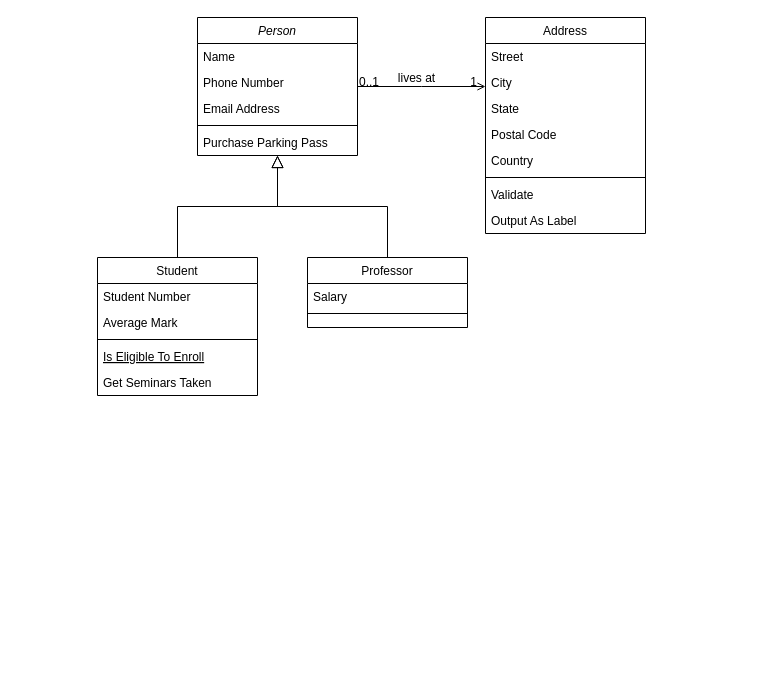
Earlier version of the draw.io diagram OR.drawio (Black-Cloud-2301/diagram). Source tidied: cells renumbered, new cells numbered last; positions are measured from the earlier drawing's top-left corner, leaving out a move shared by most shapes. Both pictures are drawn from the tidied source at 100%, with x=0, y=0 at pixel (97, 17).
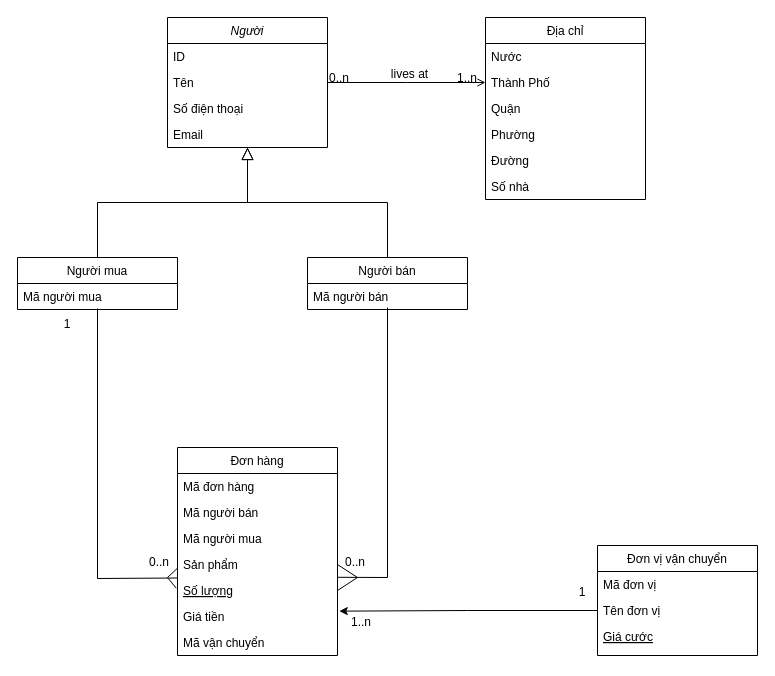
The same diagram, later.

The change refers to these unchanged cells:
```xml
<mxCell id="28" style="endArrow=open;shadow=0;strokeWidth=1;rounded=0;endFill=1;edgeStyle=elbowEdgeStyle;elbow=vertical;" parent="1" edge="1" source="2" target="19">
  <mxGeometry x="0.5" y="41" relative="1" as="geometry">
    <mxPoint x="-40" y="32" as="offset" />
  </mxGeometry>
</mxCell>
```

The edit, as a diff of the source:
```diff
@@
-    <mxCell id="2" value="Person" style="swimlane;fontStyle=2;align=center;verticalAlign=top;horizontal=1;startSize=26;rounded=0;shadow=0;strokeWidth=1;" parent="1" vertex="1">
-      <mxGeometry x="100" width="160" height="138" as="geometry" />
+    <mxCell id="2" value="Người" style="swimlane;fontStyle=2;align=center;verticalAlign=top;horizontal=1;startSize=26;rounded=0;shadow=0;strokeWidth=1;" parent="1" vertex="1">
+      <mxGeometry x="70" width="160" height="130" as="geometry" />
     </mxCell>
-    <mxCell id="3" value="Name" style="text;align=left;verticalAlign=top;spacingLeft=4;spacingRight=4;overflow=hidden;" parent="2" vertex="1">
+    <mxCell id="3" value="ID" style="text;align=left;verticalAlign=top;spacingLeft=4;spacingRight=4;overflow=hidden;" parent="2" vertex="1">
       <mxGeometry y="26" width="160" height="26" as="geometry" />
     </mxCell>
-    <mxCell id="4" value="Phone Number" style="text;align=left;verticalAlign=top;spacingLeft=4;spacingRight=4;overflow=hidden;rounded=0;shadow=0;html=0;" parent="2" vertex="1">
+    <mxCell id="4" value="Tên" style="text;align=left;verticalAlign=top;spacingLeft=4;spacingRight=4;overflow=hidden;rounded=0;shadow=0;html=0;" parent="2" vertex="1">
       <mxGeometry y="52" width="160" height="26" as="geometry" />
     </mxCell>
-    <mxCell id="5" value="Email Address" style="text;align=left;verticalAlign=top;spacingLeft=4;spacingRight=4;overflow=hidden;rounded=0;shadow=0;html=0;" parent="2" vertex="1">
+    <mxCell id="5" value="Số điện thoại" style="text;align=left;verticalAlign=top;spacingLeft=4;spacingRight=4;overflow=hidden;rounded=0;shadow=0;html=0;" parent="2" vertex="1">
       <mxGeometry y="78" width="160" height="26" as="geometry" />
     </mxCell>
-    <mxCell id="6" style="line;html=1;strokeWidth=1;align=left;verticalAlign=middle;spacingTop=-1;spacingLeft=3;spacingRight=3;labelPosition=right;" parent="2" vertex="1">
-      <mxGeometry y="104" width="160" height="8" as="geometry" />
-    </mxCell>
-    <mxCell id="7" value="Purchase Parking Pass" style="text;align=left;verticalAlign=top;spacingLeft=4;spacingRight=4;overflow=hidden;" parent="2" vertex="1">
-      <mxGeometry y="112" width="160" height="26" as="geometry" />
-    </mxCell>
+    <mxCell id="32" value="Email" style="text;align=left;verticalAlign=top;spacingLeft=4;spacingRight=4;overflow=hidden;rounded=0;shadow=0;html=0;" parent="2" vertex="1">
+      <mxGeometry y="104" width="160" height="26" as="geometry" />
+    </mxCell>
-    <mxCell id="8" value="Student" style="swimlane;fontStyle=0;align=center;verticalAlign=top;horizontal=1;startSize=26;rounded=0;shadow=0;strokeWidth=1;" parent="1" vertex="1">
-      <mxGeometry y="240" width="160" height="138" as="geometry" />
+    <mxCell id="8" value="Người mua" style="swimlane;fontStyle=0;align=center;verticalAlign=top;horizontal=1;startSize=26;rounded=0;shadow=0;strokeWidth=1;" parent="1" vertex="1">
+      <mxGeometry x="-80" y="240" width="160" height="52" as="geometry" />
     </mxCell>
-    <mxCell id="9" value="Student Number" style="text;align=left;verticalAlign=top;spacingLeft=4;spacingRight=4;overflow=hidden;" parent="8" vertex="1">
+    <mxCell id="9" value="Mã người mua" style="text;align=left;verticalAlign=top;spacingLeft=4;spacingRight=4;overflow=hidden;" parent="8" vertex="1">
       <mxGeometry y="26" width="160" height="26" as="geometry" />
     </mxCell>
-    <mxCell id="10" value="Average Mark" style="text;align=left;verticalAlign=top;spacingLeft=4;spacingRight=4;overflow=hidden;rounded=0;shadow=0;html=0;" parent="8" vertex="1">
-      <mxGeometry y="52" width="160" height="26" as="geometry" />
-    </mxCell>
-    <mxCell id="11" style="line;html=1;strokeWidth=1;align=left;verticalAlign=middle;spacingTop=-1;spacingLeft=3;spacingRight=3;labelPosition=right;" parent="8" vertex="1">
-      <mxGeometry y="78" width="160" height="8" as="geometry" />
-    </mxCell>
-    <mxCell id="12" value="Is Eligible To Enroll" style="text;align=left;verticalAlign=top;spacingLeft=4;spacingRight=4;overflow=hidden;fontStyle=4;" parent="8" vertex="1">
-      <mxGeometry y="86" width="160" height="26" as="geometry" />
-    </mxCell>
-    <mxCell id="13" value="Get Seminars Taken" style="text;align=left;verticalAlign=top;spacingLeft=4;spacingRight=4;overflow=hidden;" parent="8" vertex="1">
-      <mxGeometry y="112" width="160" height="26" as="geometry" />
-    </mxCell>
@@
-    <mxCell id="15" value="Professor" style="swimlane;fontStyle=0;align=center;verticalAlign=top;horizontal=1;startSize=26;rounded=0;shadow=0;strokeWidth=1;" parent="1" vertex="1">
-      <mxGeometry x="210" y="240" width="160" height="70" as="geometry" />
+    <mxCell id="15" value="Người bán" style="swimlane;fontStyle=0;align=center;verticalAlign=top;horizontal=1;startSize=26;rounded=0;shadow=0;strokeWidth=1;" parent="1" vertex="1">
+      <mxGeometry x="210" y="240" width="160" height="52" as="geometry" />
     </mxCell>
-    <mxCell id="16" value="Salary" style="text;align=left;verticalAlign=top;spacingLeft=4;spacingRight=4;overflow=hidden;" parent="15" vertex="1">
+    <mxCell id="16" value="Mã người bán" style="text;align=left;verticalAlign=top;spacingLeft=4;spacingRight=4;overflow=hidden;" parent="15" vertex="1">
       <mxGeometry y="26" width="160" height="26" as="geometry" />
     </mxCell>
-    <mxCell id="17" style="line;html=1;strokeWidth=1;align=left;verticalAlign=middle;spacingTop=-1;spacingLeft=3;spacingRight=3;labelPosition=right;" parent="15" vertex="1">
-      <mxGeometry y="52" width="160" height="8" as="geometry" />
-    </mxCell>
@@
-    <mxCell id="19" value="Address" style="swimlane;fontStyle=0;align=center;verticalAlign=top;horizontal=1;startSize=26;rounded=0;shadow=0;strokeWidth=1;" parent="1" vertex="1">
-      <mxGeometry x="388" width="160" height="216" as="geometry" />
+    <mxCell id="19" value="Địa chỉ" style="swimlane;fontStyle=0;align=center;verticalAlign=top;horizontal=1;startSize=26;rounded=0;shadow=0;strokeWidth=1;" parent="1" vertex="1">
+      <mxGeometry x="388" width="160" height="182" as="geometry" />
     </mxCell>
-    <mxCell id="20" value="Street" style="text;align=left;verticalAlign=top;spacingLeft=4;spacingRight=4;overflow=hidden;" parent="19" vertex="1">
+    <mxCell id="20" value="Nước" style="text;align=left;verticalAlign=top;spacingLeft=4;spacingRight=4;overflow=hidden;" parent="19" vertex="1">
       <mxGeometry y="26" width="160" height="26" as="geometry" />
     </mxCell>
-    <mxCell id="21" value="City" style="text;align=left;verticalAlign=top;spacingLeft=4;spacingRight=4;overflow=hidden;rounded=0;shadow=0;html=0;" parent="19" vertex="1">
+    <mxCell id="21" value="Thành Phố" style="text;align=left;verticalAlign=top;spacingLeft=4;spacingRight=4;overflow=hidden;rounded=0;shadow=0;html=0;" parent="19" vertex="1">
       <mxGeometry y="52" width="160" height="26" as="geometry" />
     </mxCell>
-    <mxCell id="22" value="State" style="text;align=left;verticalAlign=top;spacingLeft=4;spacingRight=4;overflow=hidden;rounded=0;shadow=0;html=0;" parent="19" vertex="1">
+    <mxCell id="22" value="Quận" style="text;align=left;verticalAlign=top;spacingLeft=4;spacingRight=4;overflow=hidden;rounded=0;shadow=0;html=0;" parent="19" vertex="1">
       <mxGeometry y="78" width="160" height="26" as="geometry" />
     </mxCell>
-    <mxCell id="23" value="Postal Code" style="text;align=left;verticalAlign=top;spacingLeft=4;spacingRight=4;overflow=hidden;rounded=0;shadow=0;html=0;" parent="19" vertex="1">
+    <mxCell id="23" value="Phường" style="text;align=left;verticalAlign=top;spacingLeft=4;spacingRight=4;overflow=hidden;rounded=0;shadow=0;html=0;" parent="19" vertex="1">
       <mxGeometry y="104" width="160" height="26" as="geometry" />
     </mxCell>
+    <mxCell id="33" value="Đường" style="text;align=left;verticalAlign=top;spacingLeft=4;spacingRight=4;overflow=hidden;rounded=0;shadow=0;html=0;" parent="19" vertex="1">
+      <mxGeometry y="130" width="160" height="26" as="geometry" />
+    </mxCell>
-    <mxCell id="24" value="Country" style="text;align=left;verticalAlign=top;spacingLeft=4;spacingRight=4;overflow=hidden;rounded=0;shadow=0;html=0;" parent="19" vertex="1">
-      <mxGeometry y="130" width="160" height="26" as="geometry" />
+    <mxCell id="24" value="Số nhà" style="text;align=left;verticalAlign=top;spacingLeft=4;spacingRight=4;overflow=hidden;rounded=0;shadow=0;html=0;" parent="19" vertex="1">
+      <mxGeometry y="156" width="160" height="26" as="geometry" />
     </mxCell>
-    <mxCell id="25" style="line;html=1;strokeWidth=1;align=left;verticalAlign=middle;spacingTop=-1;spacingLeft=3;spacingRight=3;labelPosition=right;" parent="19" vertex="1">
-      <mxGeometry y="156" width="160" height="8" as="geometry" />
-    </mxCell>
-    <mxCell id="26" value="Validate" style="text;align=left;verticalAlign=top;spacingLeft=4;spacingRight=4;overflow=hidden;" parent="19" vertex="1">
-      <mxGeometry y="164" width="160" height="26" as="geometry" />
-    </mxCell>
-    <mxCell id="27" value="Output As Label" style="text;align=left;verticalAlign=top;spacingLeft=4;spacingRight=4;overflow=hidden;" parent="19" vertex="1">
-      <mxGeometry y="190" width="160" height="26" as="geometry" />
-    </mxCell>
@@
-    <mxCell id="29" value="0..1" style="align=left;verticalAlign=bottom;labelBackgroundColor=none;fontSize=12;" parent="28" vertex="1">
+    <mxCell id="29" value="0..n" style="align=left;verticalAlign=bottom;labelBackgroundColor=none;fontSize=12;" parent="28" vertex="1">
       <mxGeometry x="-1" relative="1" as="geometry">
         <mxPoint y="4" as="offset" />
       </mxGeometry>
     </mxCell>
-    <mxCell id="30" value="1" style="align=right;verticalAlign=bottom;labelBackgroundColor=none;fontSize=12;" parent="28" vertex="1">
+    <mxCell id="30" value="1..n" style="align=right;verticalAlign=bottom;labelBackgroundColor=none;fontSize=12;" parent="28" vertex="1">
       <mxGeometry x="1" relative="1" as="geometry">
         <mxPoint x="-7" y="4" as="offset" />
       </mxGeometry>
     </mxCell>
@@
+    <mxCell id="34" value="Đơn hàng" style="swimlane;fontStyle=0;align=center;verticalAlign=top;horizontal=1;startSize=26;rounded=0;shadow=0;strokeWidth=1;" parent="1" vertex="1">
+      <mxGeometry x="80" y="430" width="160" height="208" as="geometry" />
+    </mxCell>
+    <mxCell id="35" value="Mã đơn hàng" style="text;align=left;verticalAlign=top;spacingLeft=4;spacingRight=4;overflow=hidden;" parent="34" vertex="1">
+      <mxGeometry y="26" width="160" height="26" as="geometry" />
+    </mxCell>
+    <mxCell id="36" value="Mã người bán" style="text;align=left;verticalAlign=top;spacingLeft=4;spacingRight=4;overflow=hidden;" parent="34" vertex="1">
+      <mxGeometry y="52" width="160" height="26" as="geometry" />
+    </mxCell>
+    <mxCell id="37" value="Mã người mua" style="text;align=left;verticalAlign=top;spacingLeft=4;spacingRight=4;overflow=hidden;" parent="34" vertex="1">
+      <mxGeometry y="78" width="160" height="26" as="geometry" />
+    </mxCell>
+    <mxCell id="38" value="Sản phẩm" style="text;align=left;verticalAlign=top;spacingLeft=4;spacingRight=4;overflow=hidden;points=[[0,0.5],[1,0.5]];portConstraint=eastwest;rounded=0;shadow=0;html=0;" parent="34" vertex="1">
+      <mxGeometry y="104" width="160" height="26" as="geometry" />
+    </mxCell>
+    <mxCell id="39" value="Số lượng" style="text;align=left;verticalAlign=top;spacingLeft=4;spacingRight=4;overflow=hidden;points=[[0,0.5],[1,0.5]];portConstraint=eastwest;fontStyle=4;" parent="34" vertex="1">
+      <mxGeometry y="130" width="160" height="26" as="geometry" />
+    </mxCell>
+    <mxCell id="40" value="Giá tiền" style="text;align=left;verticalAlign=top;spacingLeft=4;spacingRight=4;overflow=hidden;points=[[0,0.5],[1,0.5]];portConstraint=eastwest;" parent="34" vertex="1">
+      <mxGeometry y="156" width="160" height="26" as="geometry" />
+    </mxCell>
+    <mxCell id="41" value="Mã vận chuyển" style="text;align=left;verticalAlign=top;spacingLeft=4;spacingRight=4;overflow=hidden;" parent="34" vertex="1">
+      <mxGeometry y="182" width="160" height="26" as="geometry" />
+    </mxCell>
+    <mxCell id="42" style="endArrow=none;html=1;rounded=0;exitX=0.5;exitY=1;exitDx=0;exitDy=0;entryX=-0.001;entryY=0.058;entryDx=0;entryDy=0;entryPerimeter=0;" parent="1" edge="1">
+      <mxGeometry relative="1" as="geometry">
+        <mxPoint y="291" as="sourcePoint" />
+        <mxPoint x="79.8" y="560.5" as="targetPoint" />
+        <Array as="points">
+          <mxPoint y="561" />
+        </Array>
+      </mxGeometry>
+    </mxCell>
+    <mxCell id="43" style="endArrow=none;html=1;rounded=0;entryX=0;entryY=0.641;entryDx=0;entryDy=0;entryPerimeter=0;" parent="1" edge="1" target="38">
+      <mxGeometry relative="1" as="geometry">
+        <mxPoint x="70" y="560" as="sourcePoint" />
+      </mxGeometry>
+    </mxCell>
+    <mxCell id="44" style="endArrow=none;html=1;rounded=0;entryX=-0.008;entryY=0.41;entryDx=0;entryDy=0;entryPerimeter=0;" parent="1" edge="1" target="39">
+      <mxGeometry relative="1" as="geometry">
+        <mxPoint x="70" y="560" as="sourcePoint" />
+      </mxGeometry>
+    </mxCell>
+    <mxCell id="45" style="endArrow=none;html=1;rounded=0;exitX=0.5;exitY=1;exitDx=0;exitDy=0;entryX=1;entryY=0.07;entryDx=0;entryDy=0;entryPerimeter=0;" parent="1" edge="1">
+      <mxGeometry relative="1" as="geometry">
+        <mxPoint x="290" y="290" as="sourcePoint" />
+        <mxPoint x="240" y="559.8" as="targetPoint" />
+        <Array as="points">
+          <mxPoint x="290" y="560" />
+        </Array>
+      </mxGeometry>
+    </mxCell>
+    <mxCell id="46" style="endArrow=none;html=1;rounded=0;entryX=1;entryY=0.5;entryDx=0;entryDy=0;" parent="1" edge="1" target="38">
+      <mxGeometry relative="1" as="geometry">
+        <mxPoint x="260" y="560" as="sourcePoint" />
+      </mxGeometry>
+    </mxCell>
+    <mxCell id="47" style="endArrow=none;html=1;rounded=0;exitX=1;exitY=0.5;exitDx=0;exitDy=0;" parent="1" edge="1" source="39">
+      <mxGeometry relative="1" as="geometry">
+        <mxPoint x="260" y="560" as="targetPoint" />
+      </mxGeometry>
+    </mxCell>
+    <mxCell id="48" value="Đơn vị vận chuyển" style="swimlane;fontStyle=0;align=center;verticalAlign=top;horizontal=1;startSize=26;rounded=0;shadow=0;strokeWidth=1;" parent="1" vertex="1">
+      <mxGeometry x="500" y="528" width="160" height="110" as="geometry" />
+    </mxCell>
+    <mxCell id="49" value="Mã đơn vị" style="text;align=left;verticalAlign=top;spacingLeft=4;spacingRight=4;overflow=hidden;" parent="48" vertex="1">
+      <mxGeometry y="26" width="160" height="26" as="geometry" />
+    </mxCell>
+    <mxCell id="50" value="Tên đơn vị" style="text;align=left;verticalAlign=top;spacingLeft=4;spacingRight=4;overflow=hidden;points=[[0,0.5],[1,0.5]];portConstraint=eastwest;rounded=0;shadow=0;html=0;" parent="48" vertex="1">
+      <mxGeometry y="52" width="160" height="26" as="geometry" />
+    </mxCell>
+    <mxCell id="51" value="Giá cước" style="text;align=left;verticalAlign=top;spacingLeft=4;spacingRight=4;overflow=hidden;fontStyle=4;" parent="48" vertex="1">
+      <mxGeometry y="78" width="160" height="26" as="geometry" />
+    </mxCell>
+    <mxCell id="52" style="edgeStyle=orthogonalEdgeStyle;rounded=0;jettySize=auto;html=1;exitX=0;exitY=0.5;exitDx=0;exitDy=0;entryX=1.011;entryY=0.294;entryDx=0;entryDy=0;entryPerimeter=0;" parent="1" edge="1" source="50" target="40">
+      <mxGeometry relative="1" as="geometry" />
+    </mxCell>
+    <mxCell id="53" value="1..n" style="text;html=1;strokeColor=none;fillColor=none;align=center;verticalAlign=middle;whiteSpace=wrap;rounded=0;" parent="1" vertex="1">
+      <mxGeometry x="234" y="590" width="60" height="30" as="geometry" />
+    </mxCell>
+    <mxCell id="54" value="1" style="text;html=1;strokeColor=none;fillColor=none;align=center;verticalAlign=middle;whiteSpace=wrap;rounded=0;" parent="1" vertex="1">
+      <mxGeometry x="470" y="560" width="30" height="30" as="geometry" />
+    </mxCell>
+    <mxCell id="55" value="0..n" style="text;html=1;strokeColor=none;fillColor=none;align=center;verticalAlign=middle;whiteSpace=wrap;rounded=0;" parent="1" vertex="1">
+      <mxGeometry x="240" y="530" width="36" height="30" as="geometry" />
+    </mxCell>
+    <mxCell id="56" value="1" style="text;html=1;strokeColor=none;fillColor=none;align=center;verticalAlign=middle;whiteSpace=wrap;rounded=0;" parent="1" vertex="1">
+      <mxGeometry x="-60" y="292" width="60" height="30" as="geometry" />
+    </mxCell>
+    <mxCell id="57" value="0..n" style="text;html=1;strokeColor=none;fillColor=none;align=center;verticalAlign=middle;whiteSpace=wrap;rounded=0;" parent="1" vertex="1">
+      <mxGeometry x="44" y="530" width="36" height="30" as="geometry" />
+    </mxCell>
```
